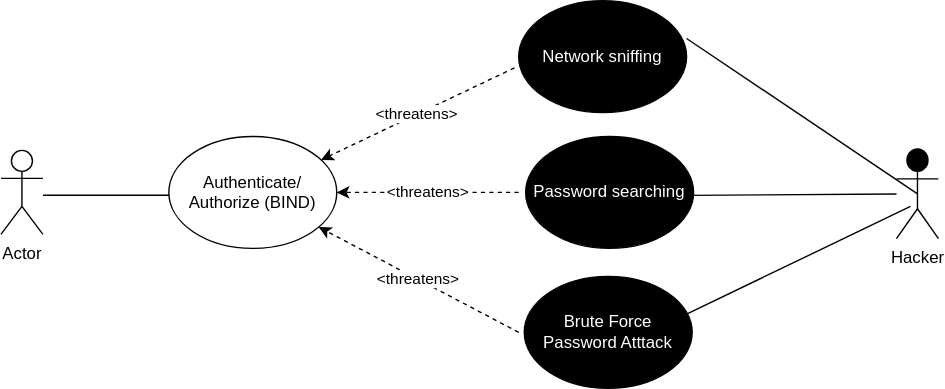
Earlier version of the draw.io export images/Use-Misuse Case 1 -Bind.drawio.svg (bartelsjoshuac/SAPG). Source tidied: cells renumbered, new cells last; positions are measured from the earlier drawing's top-left corner, leaving out a move shared by most shapes.
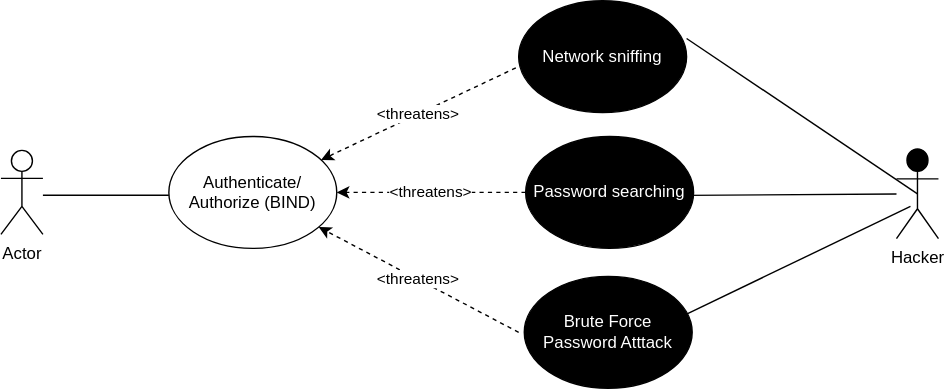
The same diagram one commit later.

Change to the diagram source:
```diff
@@ -25,12 +25,10 @@
     <mxCell id="7" style="whiteSpace=wrap;html=1;fillColor=#FFFFFF;strokeColor=#FFFFFF;fontColor=#000000;fillStyle=solid;" parent="1" vertex="1">
       <mxGeometry x="170" y="207" width="120" height="60" as="geometry" />
     </mxCell>
-    <mxCell id="8" value="&amp;lt;threatens&amp;gt;" style="endArrow=classic;html=1;rounded=0;exitX=0;exitY=0.5;exitDx=0;exitDy=0;entryX=1;entryY=0.5;entryDx=0;entryDy=0;dashed=1;" parent="1" edge="1" target="4">
-      <mxGeometry relative="1" as="geometry">
-        <mxPoint x="370" y="137" as="sourcePoint" />
-      </mxGeometry>
+    <mxCell id="8" value="&amp;lt;threatens&amp;gt;" style="endArrow=classic;html=1;rounded=0;exitX=0;exitY=0.5;exitDx=0;exitDy=0;entryX=1;entryY=0.5;entryDx=0;entryDy=0;dashed=1;" parent="1" edge="1" source="14" target="4">
+      <mxGeometry relative="1" as="geometry" />
     </mxCell>
-    <mxCell id="9" value="&amp;lt;threatens&amp;gt;" style="endArrow=classic;html=1;rounded=0;exitX=-0.025;exitY=0.6;exitDx=0;exitDy=0;exitPerimeter=0;dashed=1;" parent="1" edge="1" source="13" target="4">
+    <mxCell id="9" value="&amp;lt;threatens&amp;gt;" style="endArrow=classic;html=1;rounded=0;exitX=-0.017;exitY=0.6;exitDx=0;exitDy=0;exitPerimeter=0;dashed=1;" parent="1" edge="1" source="13" target="4">
       <mxGeometry relative="1" as="geometry" />
     </mxCell>
     <mxCell id="10" style="endArrow=none;html=1;exitX=1;exitY=0.5;exitDx=0;exitDy=0;entryX=0.5;entryY=0.5;entryDx=0;entryDy=0;entryPerimeter=0;" parent="1" edge="1" target="5">
```
